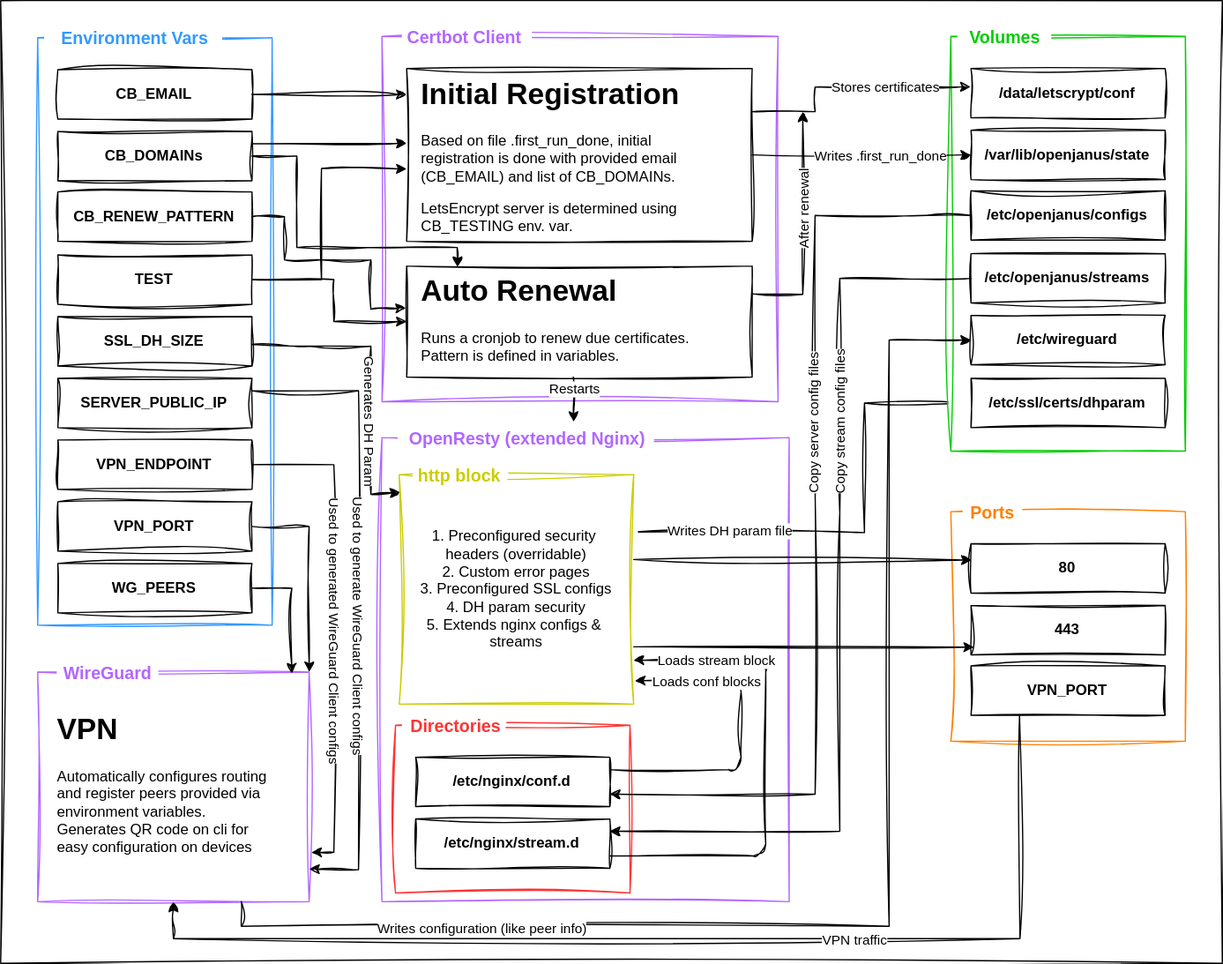
prabhjeet-me/OpenJanus keeps this draw.io diagram as docs/architecture.svg. Above is the earlier version. Source tidied: cells renumbered, new cells last; positions are measured from the earlier drawing's top-left corner, leaving out a move shared by most shapes.
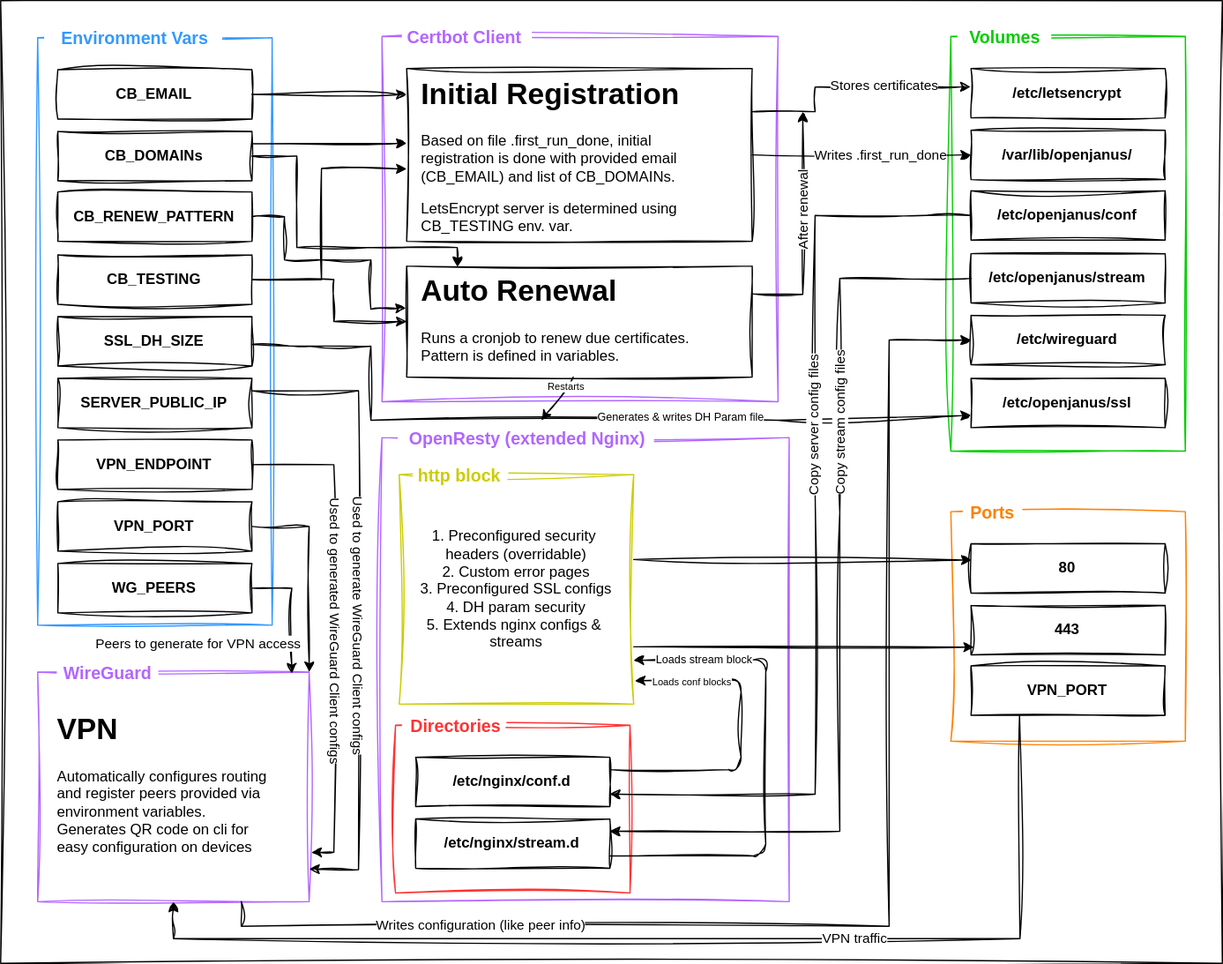
After the commit.

Diff of the diagram source:
```diff
@@ -76,3 +76,3 @@
     </mxCell>
-    <mxCell id="26" value="&lt;b&gt;TEST&lt;/b&gt;" style="rounded=0;whiteSpace=wrap;html=1;sketch=1;curveFitting=1;jiggle=2;" parent="20" vertex="1">
+    <mxCell id="26" value="&lt;b&gt;CB_TESTING&lt;/b&gt;" style="rounded=0;whiteSpace=wrap;html=1;sketch=1;curveFitting=1;jiggle=2;" parent="20" vertex="1">
       <mxGeometry x="16.3" y="190" width="157.3" height="40" as="geometry" />
@@ -100,15 +100,2 @@
     </mxCell>
-    <mxCell id="34" style="edgeStyle=none;html=1;exitX=1;exitY=0.25;exitDx=0;exitDy=0;entryX=0;entryY=0.5;entryDx=0;entryDy=0;rounded=0;sketch=1;curveFitting=1;jiggle=2;" parent="1" edge="1" source="36" target="46">
-      <mxGeometry relative="1" as="geometry">
-        <Array as="points">
-          <mxPoint x="700" y="431" />
-          <mxPoint x="700" y="326" />
-        </Array>
-      </mxGeometry>
-    </mxCell>
-    <mxCell id="35" value="Writes DH param file" style="edgeLabel;html=1;align=center;verticalAlign=middle;rounded=0;sketch=1;curveFitting=1;jiggle=2;" parent="34" vertex="1">
-      <mxGeometry x="-0.59" y="1" relative="1" as="geometry">
-        <mxPoint x="-1" as="offset" />
-      </mxGeometry>
-    </mxCell>
     <mxCell id="36" value="1. Preconfigured security&amp;nbsp;&lt;div&gt;headers (overridable)&lt;div&gt;2. Custom error pages&lt;/div&gt;&lt;div&gt;3. Preconfigured SSL configs&lt;/div&gt;&lt;div&gt;4. DH param security&lt;/div&gt;&lt;div&gt;5. Extends nginx configs &amp;amp;&amp;nbsp;&lt;/div&gt;&lt;div&gt;streams&lt;/div&gt;&lt;/div&gt;" style="rounded=0;whiteSpace=wrap;html=1;strokeColor=light-dark(#CCCC00,#FFFFFF);points=[[0,0,0,0,0],[0,0.25,0,0,0],[0,0.5,0,0,0],[0,0.75,0,0,0],[0,1,0,0,0],[0.25,0,0,0,0],[0.25,1,0,0,0],[0.5,0,0,0,0],[0.5,1,0,0,0],[0.75,0,0,0,0],[0.75,1,0,0,0],[1,0,0,0,0],[1,0.25,0,0,0],[1,0.37,0,0,0],[1,0.5,0,0,0],[1,0.75,0,0,0],[1,1,0,0,0]];sketch=1;curveFitting=1;jiggle=2;" parent="1" vertex="1">
@@ -116,3 +103,3 @@
     </mxCell>
-    <mxCell id="37" value="&lt;font style=&quot;color: rgb(204, 204, 0);&quot;&gt;http block&lt;/font&gt;" style="text;html=1;align=center;verticalAlign=middle;whiteSpace=wrap;rounded=0;fillColor=default;fontStyle=1;fontSize=14;strokeColor=none;fontColor=light-dark(#000000,#FFFFFF);sketch=1;curveFitting=1;jiggle=2;" parent="1" vertex="1">
+    <mxCell id="37" value="&lt;font style=&quot;color: light-dark(rgb(204, 204, 0), rgb(179, 255, 102));&quot;&gt;http block&lt;/font&gt;" style="text;html=1;align=center;verticalAlign=middle;whiteSpace=wrap;rounded=0;fillColor=default;fontStyle=1;fontSize=14;strokeColor=none;fontColor=light-dark(#000000,#FFFFFF);sketch=1;curveFitting=1;jiggle=2;" parent="1" vertex="1">
       <mxGeometry x="331.1" y="370" width="81.9" height="30" as="geometry" />
@@ -128,12 +115,12 @@
     </mxCell>
-    <mxCell id="41" value="&lt;b&gt;/data/letscrypt/conf&lt;/b&gt;" style="rounded=0;whiteSpace=wrap;html=1;sketch=1;curveFitting=1;jiggle=2;" parent="39" vertex="1">
+    <mxCell id="41" value="&lt;b&gt;/etc/letsencrypt&lt;/b&gt;" style="rounded=0;whiteSpace=wrap;html=1;sketch=1;curveFitting=1;jiggle=2;" parent="39" vertex="1">
       <mxGeometry x="8.3" y="40" width="157.3" height="40" as="geometry" />
     </mxCell>
-    <mxCell id="42" value="&lt;b&gt;/var/lib/openjanus/state&lt;/b&gt;" style="rounded=0;whiteSpace=wrap;html=1;sketch=1;curveFitting=1;jiggle=2;" parent="39" vertex="1">
+    <mxCell id="42" value="&lt;b&gt;/var/lib/openjanus/&lt;/b&gt;" style="rounded=0;whiteSpace=wrap;html=1;sketch=1;curveFitting=1;jiggle=2;" parent="39" vertex="1">
       <mxGeometry x="8.3" y="90" width="157.3" height="40" as="geometry" />
     </mxCell>
-    <mxCell id="43" value="&lt;b&gt;/etc/openjanus/configs&lt;/b&gt;" style="rounded=0;whiteSpace=wrap;html=1;sketch=1;curveFitting=1;jiggle=2;" parent="39" vertex="1">
+    <mxCell id="43" value="&lt;b&gt;/etc/openjanus/conf&lt;/b&gt;" style="rounded=0;whiteSpace=wrap;html=1;sketch=1;curveFitting=1;jiggle=2;strokeColor=light-dark(#000000,#FFFFFF);" parent="39" vertex="1">
       <mxGeometry x="8.3" y="139" width="157.3" height="40" as="geometry" />
     </mxCell>
-    <mxCell id="44" value="&lt;b&gt;/etc/openjanus/streams&lt;/b&gt;" style="rounded=0;whiteSpace=wrap;html=1;sketch=1;curveFitting=1;jiggle=2;" parent="39" vertex="1">
+    <mxCell id="44" value="&lt;b&gt;/etc/openjanus/stream&lt;/b&gt;" style="rounded=0;whiteSpace=wrap;html=1;sketch=1;curveFitting=1;jiggle=2;strokeColor=light-dark(#000000,#FFFFFF);" parent="39" vertex="1">
       <mxGeometry x="8.3" y="190" width="157.3" height="40" as="geometry" />
@@ -143,6 +130,6 @@
     </mxCell>
-    <mxCell id="46" value="&lt;b&gt;/etc/ssl/certs/dhparam&lt;/b&gt;" style="rounded=0;whiteSpace=wrap;html=1;sketch=1;curveFitting=1;jiggle=2;" parent="39" vertex="1">
+    <mxCell id="46" value="&lt;b&gt;/etc/openjanus/ssl&lt;/b&gt;" style="rounded=0;whiteSpace=wrap;html=1;sketch=1;curveFitting=1;jiggle=2;" parent="39" vertex="1">
       <mxGeometry x="8.3" y="291" width="157.3" height="40" as="geometry" />
     </mxCell>
-    <mxCell id="47" style="edgeStyle=none;html=1;exitX=1;exitY=0.25;exitDx=0;exitDy=0;entryX=-0.002;entryY=0.37;entryDx=0;entryDy=0;entryPerimeter=0;rounded=0;sketch=1;curveFitting=1;jiggle=2;" parent="1" edge="1" source="12" target="41">
+    <mxCell id="47" style="edgeStyle=none;html=1;exitX=1;exitY=0.25;exitDx=0;exitDy=0;entryX=-0.002;entryY=0.37;entryDx=0;entryDy=0;entryPerimeter=0;rounded=0;sketch=1;curveFitting=1;jiggle=2;strokeColor=light-dark(#000000,#73F0FF);" parent="1" edge="1" source="12" target="41">
       <mxGeometry relative="1" as="geometry">
@@ -160,3 +147,3 @@
     </mxCell>
-    <mxCell id="49" style="edgeStyle=none;html=1;exitX=1;exitY=0.5;exitDx=0;exitDy=0;entryX=0;entryY=0.5;entryDx=0;entryDy=0;rounded=0;sketch=1;curveFitting=1;jiggle=2;" parent="1" edge="1" source="12" target="42">
+    <mxCell id="49" style="edgeStyle=none;html=1;exitX=1;exitY=0.5;exitDx=0;exitDy=0;entryX=0;entryY=0.5;entryDx=0;entryDy=0;rounded=0;sketch=1;curveFitting=1;jiggle=2;strokeColor=light-dark(#000000,#A9A8FF);" parent="1" edge="1" source="12" target="42">
       <mxGeometry relative="1" as="geometry" />
@@ -181,9 +168,9 @@
     </mxCell>
-    <mxCell id="53" style="edgeStyle=none;html=1;exitX=1;exitY=0.5;exitDx=0;exitDy=0;entryX=0;entryY=0.151;entryDx=0;entryDy=0;entryPerimeter=0;rounded=0;sketch=1;curveFitting=1;jiggle=2;" parent="1" edge="1" source="23" target="12">
+    <mxCell id="53" style="edgeStyle=none;html=1;exitX=1;exitY=0.5;exitDx=0;exitDy=0;entryX=0;entryY=0.151;entryDx=0;entryDy=0;entryPerimeter=0;rounded=0;sketch=1;curveFitting=1;jiggle=2;strokeColor=light-dark(#000000,#FF66B3);" parent="1" edge="1" source="23" target="12">
       <mxGeometry relative="1" as="geometry" />
     </mxCell>
-    <mxCell id="54" style="edgeStyle=none;html=1;exitX=1;exitY=0.25;exitDx=0;exitDy=0;entryX=0;entryY=0.433;entryDx=0;entryDy=0;entryPerimeter=0;rounded=0;sketch=1;curveFitting=1;jiggle=2;" parent="1" edge="1" source="24" target="12">
+    <mxCell id="54" style="edgeStyle=none;html=1;exitX=1;exitY=0.25;exitDx=0;exitDy=0;entryX=0;entryY=0.433;entryDx=0;entryDy=0;entryPerimeter=0;rounded=0;sketch=1;curveFitting=1;jiggle=2;strokeColor=light-dark(#000000,#3333FF);" parent="1" edge="1" source="24" target="12">
       <mxGeometry relative="1" as="geometry" />
     </mxCell>
-    <mxCell id="55" style="edgeStyle=none;html=1;exitX=1;exitY=0.5;exitDx=0;exitDy=0;entryX=-0.002;entryY=0.379;entryDx=0;entryDy=0;entryPerimeter=0;rounded=0;sketch=1;curveFitting=1;jiggle=2;" parent="1" edge="1" source="25" target="15">
+    <mxCell id="55" style="edgeStyle=none;html=1;exitX=1;exitY=0.5;exitDx=0;exitDy=0;entryX=-0.002;entryY=0.379;entryDx=0;entryDy=0;entryPerimeter=0;rounded=0;sketch=1;curveFitting=1;jiggle=2;strokeColor=light-dark(#000000,#52C4FF);" parent="1" edge="1" source="25" target="15">
       <mxGeometry relative="1" as="geometry">
@@ -198,3 +185,3 @@
     </mxCell>
-    <mxCell id="56" style="edgeStyle=none;html=1;exitX=1;exitY=0.5;exitDx=0;exitDy=0;entryX=0.125;entryY=0.009;entryDx=0;entryDy=0;entryPerimeter=0;rounded=0;sketch=1;curveFitting=1;jiggle=2;" parent="1" edge="1" source="24" target="16">
+    <mxCell id="56" style="edgeStyle=none;html=1;exitX=1;exitY=0.5;exitDx=0;exitDy=0;entryX=0.125;entryY=0.009;entryDx=0;entryDy=0;entryPerimeter=0;rounded=0;sketch=1;curveFitting=1;jiggle=2;strokeColor=light-dark(#000000,#CC00CC);" parent="1" edge="1" source="24" target="16">
       <mxGeometry relative="1" as="geometry">
@@ -208,3 +195,3 @@
     </mxCell>
-    <mxCell id="57" style="edgeStyle=none;html=1;exitX=1;exitY=0.5;exitDx=0;exitDy=0;entryX=0;entryY=0.581;entryDx=0;entryDy=0;entryPerimeter=0;rounded=0;sketch=1;curveFitting=1;jiggle=2;" parent="1" edge="1" source="26" target="12">
+    <mxCell id="57" style="edgeStyle=none;html=1;exitX=1;exitY=0.5;exitDx=0;exitDy=0;entryX=0;entryY=0.581;entryDx=0;entryDy=0;entryPerimeter=0;rounded=0;sketch=1;curveFitting=1;jiggle=2;strokeColor=light-dark(#000000,#70FFAF);" parent="1" edge="1" source="26" target="12">
       <mxGeometry relative="1" as="geometry">
@@ -216,3 +203,3 @@
     </mxCell>
-    <mxCell id="58" style="edgeStyle=none;html=1;exitX=1;exitY=0.5;exitDx=0;exitDy=0;entryX=0;entryY=0.5;entryDx=0;entryDy=0;rounded=0;sketch=1;curveFitting=1;jiggle=2;" parent="1" edge="1" source="26" target="15">
+    <mxCell id="58" style="edgeStyle=none;html=1;exitX=1;exitY=0.5;exitDx=0;exitDy=0;entryX=0;entryY=0.5;entryDx=0;entryDy=0;rounded=0;sketch=1;curveFitting=1;jiggle=2;strokeColor=light-dark(#000000,#70FFAF);" parent="1" edge="1" source="26" target="15">
       <mxGeometry relative="1" as="geometry">
@@ -224,3 +211,3 @@
     </mxCell>
-    <mxCell id="59" style="edgeStyle=none;html=1;entryX=0.004;entryY=0.077;entryDx=0;entryDy=0;entryPerimeter=0;rounded=0;sketch=1;curveFitting=1;jiggle=2;" parent="1" edge="1" source="27" target="36">
+    <mxCell id="59" style="edgeStyle=none;html=1;entryX=0;entryY=0.75;entryDx=0;entryDy=0;rounded=0;sketch=1;curveFitting=1;jiggle=2;strokeColor=light-dark(#000000,#FF8000);" parent="1" edge="1" source="27" target="46">
       <mxGeometry relative="1" as="geometry">
@@ -229,3 +216,4 @@
           <mxPoint x="300" y="280" />
-          <mxPoint x="300" y="400" />
+          <mxPoint x="300" y="340" />
+          <mxPoint x="630" y="340" />
         </Array>
@@ -233,8 +221,8 @@
     </mxCell>
-    <mxCell id="60" value="Generates DH Param" style="edgeLabel;html=1;align=center;verticalAlign=middle;rotation=90;rounded=0;sketch=1;curveFitting=1;jiggle=2;" parent="59" vertex="1">
+    <mxCell id="60" value="Generates &amp;amp; writes DH Param file" style="edgeLabel;html=1;align=center;verticalAlign=middle;rotation=0;rounded=0;sketch=1;curveFitting=1;jiggle=2;fontSize=9;" parent="59" vertex="1">
       <mxGeometry x="-0.75" y="-1" relative="1" as="geometry">
-        <mxPoint x="66" y="60" as="offset" />
+        <mxPoint x="266" y="57" as="offset" />
       </mxGeometry>
     </mxCell>
-    <mxCell id="61" style="edgeStyle=none;html=1;exitX=1;exitY=0.25;exitDx=0;exitDy=0;entryX=1;entryY=0.858;entryDx=0;entryDy=0;entryPerimeter=0;rounded=0;sketch=1;curveFitting=1;jiggle=2;" parent="1" edge="1" source="28" target="17">
+    <mxCell id="61" style="edgeStyle=none;html=1;exitX=1;exitY=0.25;exitDx=0;exitDy=0;entryX=1;entryY=0.858;entryDx=0;entryDy=0;entryPerimeter=0;rounded=0;sketch=1;curveFitting=1;jiggle=2;strokeColor=light-dark(#000000,#FF3333);" parent="1" edge="1" source="28" target="17">
       <mxGeometry relative="1" as="geometry">
@@ -251,3 +239,3 @@
     </mxCell>
-    <mxCell id="63" style="edgeStyle=none;html=1;exitX=1;exitY=0.5;exitDx=0;exitDy=0;entryX=1.008;entryY=0.786;entryDx=0;entryDy=0;entryPerimeter=0;rounded=0;sketch=1;curveFitting=1;jiggle=2;" parent="1" edge="1" source="29" target="17">
+    <mxCell id="63" style="edgeStyle=none;html=1;exitX=1;exitY=0.5;exitDx=0;exitDy=0;entryX=1.008;entryY=0.786;entryDx=0;entryDy=0;entryPerimeter=0;rounded=0;sketch=1;curveFitting=1;jiggle=2;strokeColor=light-dark(#000000,#FF8000);" parent="1" edge="1" source="29" target="17">
       <mxGeometry relative="1" as="geometry">
@@ -264,3 +252,3 @@
     </mxCell>
-    <mxCell id="65" style="edgeStyle=none;html=1;exitX=1;exitY=0.5;exitDx=0;exitDy=0;entryX=1;entryY=0;entryDx=0;entryDy=0;rounded=0;sketch=1;curveFitting=1;jiggle=2;" parent="1" edge="1" source="30" target="17">
+    <mxCell id="65" style="edgeStyle=none;html=1;exitX=1;exitY=0.5;exitDx=0;exitDy=0;entryX=1;entryY=0;entryDx=0;entryDy=0;rounded=0;sketch=1;curveFitting=1;jiggle=2;strokeColor=light-dark(#000000,#99FFFF);" parent="1" edge="1" source="30" target="17">
       <mxGeometry relative="1" as="geometry">
@@ -271,3 +259,3 @@
     </mxCell>
-    <mxCell id="66" style="edgeStyle=none;html=1;exitX=1;exitY=0.5;exitDx=0;exitDy=0;entryX=0.936;entryY=0.006;entryDx=0;entryDy=0;entryPerimeter=0;rounded=0;sketch=1;curveFitting=1;jiggle=2;" parent="1" edge="1" source="31" target="17">
+    <mxCell id="66" style="edgeStyle=none;html=1;exitX=1;exitY=0.5;exitDx=0;exitDy=0;entryX=0.936;entryY=0.006;entryDx=0;entryDy=0;entryPerimeter=0;rounded=0;sketch=1;curveFitting=1;jiggle=2;strokeColor=light-dark(#000000,#FF66D0);" parent="1" edge="1" source="31" target="17">
       <mxGeometry relative="1" as="geometry">
@@ -278,2 +266,7 @@
     </mxCell>
+    <mxCell id="87" value="Peers to generate for VPN access" style="edgeLabel;html=1;align=center;verticalAlign=middle;" parent="66" vertex="1">
+      <mxGeometry x="0.48" y="-2" relative="1" as="geometry">
+        <mxPoint x="-74" y="2" as="offset" />
+      </mxGeometry>
+    </mxCell>
     <mxCell id="67" style="rounded=0;whiteSpace=wrap;html=1;strokeColor=light-dark(#FF3333,#FFFFFF);sketch=1;curveFitting=1;jiggle=2;" parent="1" vertex="1">
@@ -290,3 +283,3 @@
     </mxCell>
-    <mxCell id="71" style="edgeStyle=none;html=1;exitX=0.75;exitY=1;exitDx=0;exitDy=0;entryX=0;entryY=0.5;entryDx=0;entryDy=0;rounded=0;sketch=1;curveFitting=1;jiggle=2;" parent="1" edge="1" source="17" target="45">
+    <mxCell id="71" style="edgeStyle=none;html=1;exitX=0.75;exitY=1;exitDx=0;exitDy=0;entryX=0;entryY=0.5;entryDx=0;entryDy=0;rounded=0;sketch=1;curveFitting=1;jiggle=2;strokeColor=light-dark(#000000,#FF0000);" parent="1" edge="1" source="17" target="45">
       <mxGeometry relative="1" as="geometry">
@@ -300,11 +293,13 @@
     <mxCell id="72" value="Writes configuration (like peer info)" style="edgeLabel;html=1;align=center;verticalAlign=middle;rounded=0;sketch=1;curveFitting=1;jiggle=2;" parent="71" vertex="1">
-      <mxGeometry x="-0.61" y="-1" relative="1" as="geometry" />
+      <mxGeometry x="-0.61" y="-1" relative="1" as="geometry">
+        <mxPoint y="-2" as="offset" />
+      </mxGeometry>
     </mxCell>
-    <mxCell id="73" style="edgeStyle=none;html=1;exitX=1;exitY=0.37;exitDx=0;exitDy=0;exitPerimeter=0;entryX=0.003;entryY=0.331;entryDx=0;entryDy=0;entryPerimeter=0;rounded=0;sketch=1;curveFitting=1;jiggle=2;" parent="1" edge="1" source="36" target="6">
+    <mxCell id="73" style="edgeStyle=none;html=1;exitX=1;exitY=0.37;exitDx=0;exitDy=0;exitPerimeter=0;entryX=0.003;entryY=0.331;entryDx=0;entryDy=0;entryPerimeter=0;rounded=0;sketch=1;curveFitting=1;jiggle=2;strokeColor=light-dark(#000000,#3333FF);" parent="1" edge="1" source="36" target="6">
       <mxGeometry relative="1" as="geometry" />
     </mxCell>
-    <mxCell id="74" style="edgeStyle=none;html=1;exitX=1;exitY=0.75;exitDx=0;exitDy=0;exitPerimeter=0;entryX=0.015;entryY=0.846;entryDx=0;entryDy=0;entryPerimeter=0;rounded=0;sketch=1;curveFitting=1;jiggle=2;" parent="1" edge="1" source="36" target="7">
+    <mxCell id="74" style="edgeStyle=none;html=1;exitX=1;exitY=0.75;exitDx=0;exitDy=0;exitPerimeter=0;entryX=0.015;entryY=0.846;entryDx=0;entryDy=0;entryPerimeter=0;rounded=0;sketch=1;curveFitting=1;jiggle=2;strokeColor=light-dark(#000000,#3333FF);" parent="1" edge="1" source="36" target="7">
       <mxGeometry relative="1" as="geometry" />
     </mxCell>
-    <mxCell id="75" style="edgeStyle=none;html=1;exitX=0.25;exitY=1;exitDx=0;exitDy=0;entryX=0.5;entryY=1;entryDx=0;entryDy=0;rounded=0;sketch=1;curveFitting=1;jiggle=2;" parent="1" edge="1" source="8" target="17">
+    <mxCell id="75" style="edgeStyle=none;html=1;exitX=0.25;exitY=1;exitDx=0;exitDy=0;entryX=0.5;entryY=1;entryDx=0;entryDy=0;rounded=0;sketch=1;curveFitting=1;jiggle=2;strokeColor=light-dark(#000000,#CC00CC);" parent="1" edge="1" source="8" target="17">
       <mxGeometry relative="1" as="geometry">
@@ -319,11 +314,11 @@
     </mxCell>
-    <mxCell id="77" style="edgeStyle=none;html=1;exitX=0.5;exitY=1;exitDx=0;exitDy=0;entryX=0.681;entryY=0.042;entryDx=0;entryDy=0;entryPerimeter=0;sketch=1;curveFitting=1;jiggle=2;" parent="1" edge="1" source="16" target="33">
+    <mxCell id="77" style="edgeStyle=none;html=1;exitX=0.5;exitY=1;exitDx=0;exitDy=0;sketch=1;curveFitting=1;jiggle=2;strokeColor=light-dark(#000000,#46FF2B);" parent="1" edge="1" source="16" target="33">
       <mxGeometry relative="1" as="geometry" />
     </mxCell>
-    <mxCell id="78" value="Restarts" style="edgeLabel;html=1;align=center;verticalAlign=middle;sketch=1;curveFitting=1;jiggle=2;" parent="77" vertex="1">
+    <mxCell id="78" value="Restarts" style="edgeLabel;html=1;align=center;verticalAlign=middle;sketch=1;curveFitting=1;jiggle=2;fontSize=8;" parent="77" vertex="1">
       <mxGeometry x="-0.48" relative="1" as="geometry">
-        <mxPoint y="1" as="offset" />
+        <mxPoint y="-1" as="offset" />
       </mxGeometry>
     </mxCell>
-    <mxCell id="79" style="edgeStyle=none;html=1;exitX=0;exitY=0.5;exitDx=0;exitDy=0;entryX=1;entryY=0.75;entryDx=0;entryDy=0;rounded=0;sketch=1;curveFitting=1;jiggle=2;" parent="1" edge="1" source="43" target="69">
+    <mxCell id="79" style="edgeStyle=none;html=1;exitX=0;exitY=0.5;exitDx=0;exitDy=0;entryX=1;entryY=0.75;entryDx=0;entryDy=0;rounded=0;sketch=1;curveFitting=1;jiggle=2;strokeColor=light-dark(#000000,#FF8000);" parent="1" edge="1" source="43" target="69">
       <mxGeometry relative="1" as="geometry">
@@ -342,3 +337,3 @@
     </mxCell>
-    <mxCell id="81" style="edgeStyle=none;html=1;exitX=0;exitY=0.5;exitDx=0;exitDy=0;entryX=1;entryY=0.25;entryDx=0;entryDy=0;rounded=0;sketch=1;curveFitting=1;jiggle=2;" parent="1" edge="1" source="44" target="70">
+    <mxCell id="81" style="edgeStyle=none;html=1;exitX=0;exitY=0.5;exitDx=0;exitDy=0;entryX=1;entryY=0.25;entryDx=0;entryDy=0;rounded=0;sketch=1;curveFitting=1;jiggle=2;strokeColor=light-dark(#000000,#CCCC00);" parent="1" edge="1" source="44" target="70">
       <mxGeometry relative="1" as="geometry">
@@ -356,3 +351,3 @@
     </mxCell>
-    <mxCell id="83" style="edgeStyle=none;html=1;exitX=1;exitY=0.75;exitDx=0;exitDy=0;entryX=0.999;entryY=0.809;entryDx=0;entryDy=0;entryPerimeter=0;sketch=1;curveFitting=1;jiggle=2;" parent="1" edge="1" source="70" target="36">
+    <mxCell id="83" style="edgeStyle=none;html=1;exitX=1;exitY=0.75;exitDx=0;exitDy=0;entryX=0.999;entryY=0.809;entryDx=0;entryDy=0;entryPerimeter=0;sketch=1;curveFitting=1;jiggle=2;strokeColor=light-dark(#000000,#CCCC00);" parent="1" edge="1" source="70" target="36">
       <mxGeometry relative="1" as="geometry">
@@ -364,8 +359,8 @@
     </mxCell>
-    <mxCell id="84" value="Loads stream block" style="edgeLabel;html=1;align=center;verticalAlign=middle;sketch=1;curveFitting=1;jiggle=2;" parent="83" vertex="1">
+    <mxCell id="84" value="Loads stream block" style="edgeLabel;html=1;align=center;verticalAlign=middle;sketch=1;curveFitting=1;jiggle=2;fontSize=9;" parent="83" vertex="1">
       <mxGeometry x="0.8" relative="1" as="geometry">
-        <mxPoint x="28" as="offset" />
+        <mxPoint x="18" y="-1" as="offset" />
       </mxGeometry>
     </mxCell>
-    <mxCell id="85" style="edgeStyle=none;html=1;exitX=1;exitY=0.25;exitDx=0;exitDy=0;entryX=1.005;entryY=0.898;entryDx=0;entryDy=0;entryPerimeter=0;sketch=1;curveFitting=1;jiggle=2;" parent="1" edge="1" source="69" target="36">
+    <mxCell id="85" style="edgeStyle=none;html=1;exitX=1;exitY=0.25;exitDx=0;exitDy=0;entryX=1.005;entryY=0.898;entryDx=0;entryDy=0;entryPerimeter=0;sketch=1;curveFitting=1;jiggle=2;strokeColor=light-dark(#000000,#FF8000);" parent="1" edge="1" source="69" target="36">
       <mxGeometry relative="1" as="geometry">
@@ -377,5 +372,5 @@
     </mxCell>
-    <mxCell id="86" value="Loads conf blocks" style="edgeLabel;html=1;align=center;verticalAlign=middle;sketch=1;curveFitting=1;jiggle=2;" parent="85" vertex="1">
+    <mxCell id="86" value="Loads conf blocks" style="edgeLabel;html=1;align=center;verticalAlign=middle;sketch=1;curveFitting=1;jiggle=2;fontSize=8;" parent="85" vertex="1">
       <mxGeometry x="0.81" y="1" relative="1" as="geometry">
-        <mxPoint x="32" as="offset" />
+        <mxPoint x="20" as="offset" />
       </mxGeometry>
```
